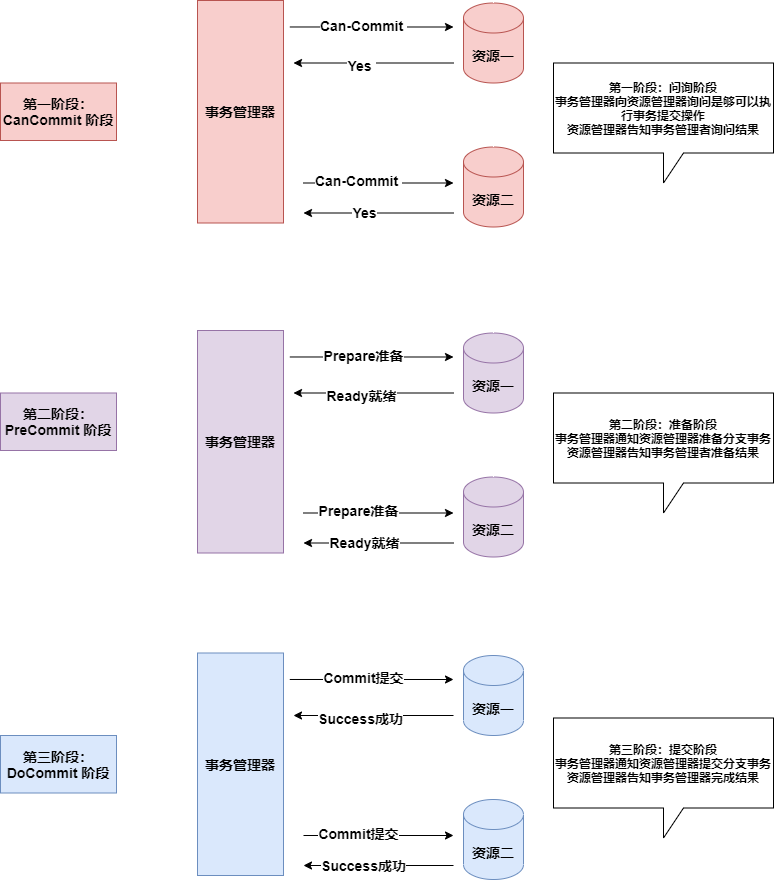
The draw.io diagram 分布式事务-三阶段提交（3PC）.png in fxbin/Image-Of-MySelf, before a commit. Source tidied: cells renumbered, new cells last; positions are measured from the earlier drawing's top-left corner, leaving out a move shared by most shapes. Its diagram source:
```xml
<mxGraphModel>
  <root>
    <mxCell id="0" />
    <mxCell id="1" parent="0" />
    <mxCell id="2" value="&lt;b&gt;&lt;font style=&quot;font-size: 14px&quot;&gt;第二阶段：&lt;br&gt;PreCommit 阶段&lt;br&gt;&lt;/font&gt;&lt;/b&gt;" style="rounded=0;whiteSpace=wrap;html=1;fillColor=#e1d5e7;strokeColor=#9673a6;" parent="1" vertex="1">
      <mxGeometry y="392.5" width="116" height="57.5" as="geometry" />
    </mxCell>
    <mxCell id="3" value="&lt;font style=&quot;font-size: 14px&quot;&gt;&lt;b&gt;第三阶段：&lt;br&gt;DoCommit 阶段&lt;br&gt;&lt;/b&gt;&lt;/font&gt;" style="rounded=0;whiteSpace=wrap;html=1;fillColor=#dae8fc;strokeColor=#6c8ebf;" parent="1" vertex="1">
      <mxGeometry y="735" width="116" height="57.5" as="geometry" />
    </mxCell>
    <mxCell id="4" value="&lt;font style=&quot;font-size: 14px&quot;&gt;&lt;b&gt;资源一&lt;/b&gt;&lt;/font&gt;" style="shape=cylinder3;whiteSpace=wrap;html=1;boundedLbl=1;backgroundOutline=1;size=15;fillColor=#e1d5e7;strokeColor=#9673a6;" parent="1" vertex="1">
      <mxGeometry x="463" y="332.5" width="60" height="80" as="geometry" />
    </mxCell>
    <mxCell id="5" value="&lt;b&gt;&lt;font style=&quot;font-size: 14px&quot;&gt;资源二&lt;/font&gt;&lt;/b&gt;" style="shape=cylinder3;whiteSpace=wrap;html=1;boundedLbl=1;backgroundOutline=1;size=15;fillColor=#e1d5e7;strokeColor=#9673a6;" parent="1" vertex="1">
      <mxGeometry x="463" y="476.5" width="60" height="80" as="geometry" />
    </mxCell>
    <mxCell id="6" value="&lt;font style=&quot;font-size: 14px&quot;&gt;&lt;b&gt;事务管理器&lt;/b&gt;&lt;/font&gt;" style="rounded=0;whiteSpace=wrap;html=1;fillColor=#e1d5e7;strokeColor=#9673a6;" parent="1" vertex="1">
      <mxGeometry x="197" y="330" width="86" height="222.5" as="geometry" />
    </mxCell>
    <mxCell id="7" style="endArrow=classic;html=1;" parent="1" edge="1">
      <mxGeometry relative="1" as="geometry">
        <mxPoint x="453" y="392.5" as="sourcePoint" />
        <mxPoint x="293" y="392.5" as="targetPoint" />
      </mxGeometry>
    </mxCell>
    <mxCell id="8" value="&lt;b&gt;&lt;font style=&quot;font-size: 14px&quot;&gt;Ready就绪&lt;/font&gt;&lt;/b&gt;" style="edgeLabel;html=1;align=center;verticalAlign=middle;" parent="7" vertex="1">
      <mxGeometry x="0.26" y="2" relative="1" as="geometry">
        <mxPoint x="8" as="offset" />
      </mxGeometry>
    </mxCell>
    <mxCell id="9" style="endArrow=classic;html=1;" parent="1" edge="1">
      <mxGeometry relative="1" as="geometry">
        <mxPoint x="303" y="512.5" as="sourcePoint" />
        <mxPoint x="453" y="512.5" as="targetPoint" />
      </mxGeometry>
    </mxCell>
    <mxCell id="10" value="&lt;b&gt;&lt;font style=&quot;font-size: 14px&quot;&gt;Prepare准备&lt;/font&gt;&lt;/b&gt;" style="edgeLabel;html=1;align=center;verticalAlign=middle;" parent="9" vertex="1">
      <mxGeometry x="-0.28" y="3" relative="1" as="geometry" />
    </mxCell>
    <mxCell id="11" style="endArrow=classic;html=1;" parent="1" edge="1">
      <mxGeometry relative="1" as="geometry">
        <mxPoint x="453" y="542.5" as="sourcePoint" />
        <mxPoint x="303" y="542.5" as="targetPoint" />
      </mxGeometry>
    </mxCell>
    <mxCell id="12" value="&lt;b&gt;&lt;font style=&quot;font-size: 14px&quot;&gt;Ready就绪&lt;/font&gt;&lt;/b&gt;" style="edgeLabel;html=1;align=center;verticalAlign=middle;" parent="11" vertex="1">
      <mxGeometry x="0.63" y="-1" relative="1" as="geometry">
        <mxPoint x="32" as="offset" />
      </mxGeometry>
    </mxCell>
    <mxCell id="13" style="endArrow=classic;html=1;exitX=1.073;exitY=0.119;exitDx=0;exitDy=0;exitPerimeter=0;" parent="1" edge="1" source="6">
      <mxGeometry relative="1" as="geometry">
        <mxPoint x="453" y="356.5" as="targetPoint" />
      </mxGeometry>
    </mxCell>
    <mxCell id="14" value="&lt;b&gt;&lt;font style=&quot;font-size: 14px&quot;&gt;Prepare准备&lt;/font&gt;&lt;/b&gt;" style="edgeLabel;html=1;align=center;verticalAlign=middle;" parent="13" vertex="1">
      <mxGeometry x="-0.36" y="2" relative="1" as="geometry">
        <mxPoint x="21.7" as="offset" />
      </mxGeometry>
    </mxCell>
    <mxCell id="15" value="&lt;font style=&quot;font-size: 14px&quot;&gt;&lt;b&gt;资源一&lt;/b&gt;&lt;/font&gt;" style="shape=cylinder3;whiteSpace=wrap;html=1;boundedLbl=1;backgroundOutline=1;size=15;fillColor=#dae8fc;strokeColor=#6c8ebf;" parent="1" vertex="1">
      <mxGeometry x="463" y="655" width="60" height="80" as="geometry" />
    </mxCell>
    <mxCell id="16" value="&lt;b&gt;&lt;font style=&quot;font-size: 14px&quot;&gt;资源二&lt;/font&gt;&lt;/b&gt;" style="shape=cylinder3;whiteSpace=wrap;html=1;boundedLbl=1;backgroundOutline=1;size=15;fillColor=#dae8fc;strokeColor=#6c8ebf;" parent="1" vertex="1">
      <mxGeometry x="463" y="799" width="60" height="80" as="geometry" />
    </mxCell>
    <mxCell id="17" value="&lt;font style=&quot;font-size: 14px&quot;&gt;&lt;b&gt;事务管理器&lt;/b&gt;&lt;/font&gt;" style="rounded=0;whiteSpace=wrap;html=1;fillColor=#dae8fc;strokeColor=#6c8ebf;" parent="1" vertex="1">
      <mxGeometry x="197" y="652.5" width="86" height="222.5" as="geometry" />
    </mxCell>
    <mxCell id="18" style="endArrow=classic;html=1;" parent="1" edge="1">
      <mxGeometry relative="1" as="geometry">
        <mxPoint x="453" y="715" as="sourcePoint" />
        <mxPoint x="293" y="715" as="targetPoint" />
      </mxGeometry>
    </mxCell>
    <mxCell id="19" value="&lt;b&gt;&lt;font style=&quot;font-size: 14px&quot;&gt;Success成功&lt;/font&gt;&lt;/b&gt;" style="edgeLabel;html=1;align=center;verticalAlign=middle;" parent="18" vertex="1">
      <mxGeometry x="0.26" y="2" relative="1" as="geometry">
        <mxPoint x="8" as="offset" />
      </mxGeometry>
    </mxCell>
    <mxCell id="20" style="endArrow=classic;html=1;" parent="1" edge="1">
      <mxGeometry relative="1" as="geometry">
        <mxPoint x="303" y="835" as="sourcePoint" />
        <mxPoint x="453" y="835" as="targetPoint" />
      </mxGeometry>
    </mxCell>
    <mxCell id="21" value="&lt;span style=&quot;font-size: 14px&quot;&gt;&lt;b&gt;Commit提交&lt;/b&gt;&lt;/span&gt;" style="edgeLabel;html=1;align=center;verticalAlign=middle;" parent="20" vertex="1">
      <mxGeometry x="-0.28" y="3" relative="1" as="geometry" />
    </mxCell>
    <mxCell id="22" style="endArrow=classic;html=1;" parent="1" edge="1">
      <mxGeometry relative="1" as="geometry">
        <mxPoint x="453" y="865" as="sourcePoint" />
        <mxPoint x="303" y="865" as="targetPoint" />
      </mxGeometry>
    </mxCell>
    <mxCell id="23" value="&lt;b&gt;&lt;font style=&quot;font-size: 14px&quot;&gt;Success成功&lt;/font&gt;&lt;/b&gt;" style="edgeLabel;html=1;align=center;verticalAlign=middle;" parent="22" vertex="1">
      <mxGeometry x="0.63" y="-1" relative="1" as="geometry">
        <mxPoint x="32" as="offset" />
      </mxGeometry>
    </mxCell>
    <mxCell id="24" style="endArrow=classic;html=1;exitX=1.073;exitY=0.119;exitDx=0;exitDy=0;exitPerimeter=0;" parent="1" edge="1" source="17">
      <mxGeometry relative="1" as="geometry">
        <mxPoint x="453" y="679" as="targetPoint" />
      </mxGeometry>
    </mxCell>
    <mxCell id="25" value="&lt;span style=&quot;font-size: 14px&quot;&gt;&lt;b&gt;Commit提交&lt;/b&gt;&lt;/span&gt;" style="edgeLabel;html=1;align=center;verticalAlign=middle;" parent="24" vertex="1">
      <mxGeometry x="-0.36" y="2" relative="1" as="geometry">
        <mxPoint x="21.7" as="offset" />
      </mxGeometry>
    </mxCell>
    <mxCell id="26" value="&lt;b&gt;&lt;font style=&quot;font-size: 12px&quot;&gt;第二阶段：准备阶段&lt;br&gt;事务管理器通知资源管理器准备分支事务&lt;br&gt;资源管理器告知事务管理者准备结果&lt;/font&gt;&lt;/b&gt;" style="shape=callout;whiteSpace=wrap;html=1;perimeter=calloutPerimeter;" parent="1" vertex="1">
      <mxGeometry x="553" y="392.5" width="220" height="120" as="geometry" />
    </mxCell>
    <mxCell id="27" value="&lt;b&gt;第三阶段：提交阶段&lt;br&gt;事务管理器通知资源管理器提交分支事务&lt;br&gt;资源管理器告知事务管理器完成结果&lt;/b&gt;" style="shape=callout;whiteSpace=wrap;html=1;perimeter=calloutPerimeter;" parent="1" vertex="1">
      <mxGeometry x="553" y="717.5" width="220" height="120" as="geometry" />
    </mxCell>
    <mxCell id="28" value="&lt;b&gt;&lt;font style=&quot;font-size: 14px&quot;&gt;第一阶段：CanCommit 阶段&lt;/font&gt;&lt;/b&gt;" style="rounded=0;whiteSpace=wrap;html=1;fillColor=#f8cecc;strokeColor=#b85450;" parent="1" vertex="1">
      <mxGeometry y="82.5" width="116" height="57.5" as="geometry" />
    </mxCell>
    <mxCell id="29" value="&lt;font style=&quot;font-size: 14px&quot;&gt;&lt;b&gt;资源一&lt;/b&gt;&lt;/font&gt;" style="shape=cylinder3;whiteSpace=wrap;html=1;boundedLbl=1;backgroundOutline=1;size=15;fillColor=#f8cecc;strokeColor=#b85450;" parent="1" vertex="1">
      <mxGeometry x="463" y="2.5" width="60" height="80" as="geometry" />
    </mxCell>
    <mxCell id="30" value="&lt;b&gt;&lt;font style=&quot;font-size: 14px&quot;&gt;资源二&lt;/font&gt;&lt;/b&gt;" style="shape=cylinder3;whiteSpace=wrap;html=1;boundedLbl=1;backgroundOutline=1;size=15;fillColor=#f8cecc;strokeColor=#b85450;" parent="1" vertex="1">
      <mxGeometry x="463" y="146.5" width="60" height="80" as="geometry" />
    </mxCell>
    <mxCell id="31" value="&lt;font style=&quot;font-size: 14px&quot;&gt;&lt;b&gt;事务管理器&lt;/b&gt;&lt;/font&gt;" style="rounded=0;whiteSpace=wrap;html=1;fillColor=#f8cecc;strokeColor=#b85450;" parent="1" vertex="1">
      <mxGeometry x="197" width="86" height="222.5" as="geometry" />
    </mxCell>
    <mxCell id="32" style="endArrow=classic;html=1;" parent="1" edge="1">
      <mxGeometry relative="1" as="geometry">
        <mxPoint x="453" y="62.5" as="sourcePoint" />
        <mxPoint x="293" y="62.5" as="targetPoint" />
      </mxGeometry>
    </mxCell>
    <mxCell id="33" value="&lt;span style=&quot;font-size: 14px&quot;&gt;&lt;b&gt;Yes&amp;nbsp;&lt;/b&gt;&lt;/span&gt;" style="edgeLabel;html=1;align=center;verticalAlign=middle;" parent="32" vertex="1">
      <mxGeometry x="0.26" y="2" relative="1" as="geometry">
        <mxPoint x="8" as="offset" />
      </mxGeometry>
    </mxCell>
    <mxCell id="34" style="endArrow=classic;html=1;" parent="1" edge="1">
      <mxGeometry relative="1" as="geometry">
        <mxPoint x="303" y="182.5" as="sourcePoint" />
        <mxPoint x="453" y="182.5" as="targetPoint" />
      </mxGeometry>
    </mxCell>
    <mxCell id="35" value="&lt;b&gt;&lt;font style=&quot;font-size: 14px&quot;&gt;Can-Commit&amp;nbsp;&lt;br&gt;&lt;/font&gt;&lt;/b&gt;" style="edgeLabel;html=1;align=center;verticalAlign=middle;" parent="34" vertex="1">
      <mxGeometry x="-0.28" y="3" relative="1" as="geometry" />
    </mxCell>
    <mxCell id="36" style="endArrow=classic;html=1;" parent="1" edge="1">
      <mxGeometry relative="1" as="geometry">
        <mxPoint x="453" y="212.5" as="sourcePoint" />
        <mxPoint x="303" y="212.5" as="targetPoint" />
      </mxGeometry>
    </mxCell>
    <mxCell id="37" value="&lt;b&gt;&lt;font style=&quot;font-size: 14px&quot;&gt;Yes&lt;/font&gt;&lt;/b&gt;" style="edgeLabel;html=1;align=center;verticalAlign=middle;" parent="36" vertex="1">
      <mxGeometry x="0.63" y="-1" relative="1" as="geometry">
        <mxPoint x="32" as="offset" />
      </mxGeometry>
    </mxCell>
    <mxCell id="38" style="endArrow=classic;html=1;exitX=1.073;exitY=0.119;exitDx=0;exitDy=0;exitPerimeter=0;" parent="1" edge="1" source="31">
      <mxGeometry relative="1" as="geometry">
        <mxPoint x="453" y="26.5" as="targetPoint" />
      </mxGeometry>
    </mxCell>
    <mxCell id="39" value="&lt;b&gt;&lt;font style=&quot;font-size: 14px&quot;&gt;Can-Commit&amp;nbsp;&lt;/font&gt;&lt;/b&gt;" style="edgeLabel;html=1;align=center;verticalAlign=middle;" parent="38" vertex="1">
      <mxGeometry x="-0.36" y="2" relative="1" as="geometry">
        <mxPoint x="21.7" as="offset" />
      </mxGeometry>
    </mxCell>
    <mxCell id="40" value="&lt;b&gt;&lt;font style=&quot;font-size: 12px&quot;&gt;第一阶段：问询阶段&lt;br&gt;事务管理器向资源管理器询问是够可以执行事务提交操作&lt;br&gt;资源管理器告知事务管理者询问结果&lt;br&gt;&lt;/font&gt;&lt;/b&gt;" style="shape=callout;whiteSpace=wrap;html=1;perimeter=calloutPerimeter;" parent="1" vertex="1">
      <mxGeometry x="553" y="62.5" width="220" height="120" as="geometry" />
    </mxCell>
  </root>
</mxGraphModel>
```
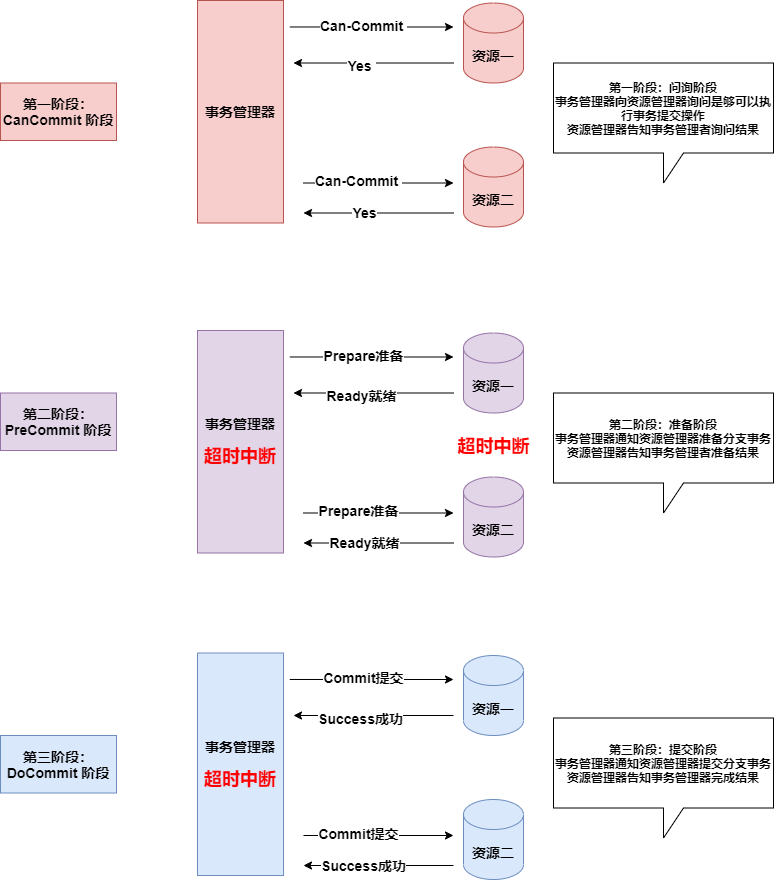
After the change.

Commit message:
Update 分布式事务-三阶段提交（3PC）.png

The edit, as a diff of the source:
```diff
@@ -14,7 +14,7 @@
     <mxCell id="5" value="&lt;b&gt;&lt;font style=&quot;font-size: 14px&quot;&gt;资源二&lt;/font&gt;&lt;/b&gt;" style="shape=cylinder3;whiteSpace=wrap;html=1;boundedLbl=1;backgroundOutline=1;size=15;fillColor=#e1d5e7;strokeColor=#9673a6;" parent="1" vertex="1">
       <mxGeometry x="463" y="476.5" width="60" height="80" as="geometry" />
     </mxCell>
-    <mxCell id="6" value="&lt;font style=&quot;font-size: 14px&quot;&gt;&lt;b&gt;事务管理器&lt;/b&gt;&lt;/font&gt;" style="rounded=0;whiteSpace=wrap;html=1;fillColor=#e1d5e7;strokeColor=#9673a6;" parent="1" vertex="1">
+    <mxCell id="6" value="&lt;font&gt;&lt;b&gt;&lt;span style=&quot;font-size: 14px&quot;&gt;事务管理器&lt;/span&gt;&lt;br&gt;&lt;br&gt;&lt;font style=&quot;font-size: 18px&quot; color=&quot;#ff0000&quot;&gt;超时中断&lt;/font&gt;&lt;br&gt;&lt;/b&gt;&lt;/font&gt;" style="rounded=0;whiteSpace=wrap;html=1;fillColor=#e1d5e7;strokeColor=#9673a6;" parent="1" vertex="1">
       <mxGeometry x="197" y="330" width="86" height="222.5" as="geometry" />
     </mxCell>
     <mxCell id="7" style="endArrow=classic;html=1;" parent="1" edge="1">
@@ -64,7 +64,7 @@
     <mxCell id="16" value="&lt;b&gt;&lt;font style=&quot;font-size: 14px&quot;&gt;资源二&lt;/font&gt;&lt;/b&gt;" style="shape=cylinder3;whiteSpace=wrap;html=1;boundedLbl=1;backgroundOutline=1;size=15;fillColor=#dae8fc;strokeColor=#6c8ebf;" parent="1" vertex="1">
       <mxGeometry x="463" y="799" width="60" height="80" as="geometry" />
     </mxCell>
-    <mxCell id="17" value="&lt;font style=&quot;font-size: 14px&quot;&gt;&lt;b&gt;事务管理器&lt;/b&gt;&lt;/font&gt;" style="rounded=0;whiteSpace=wrap;html=1;fillColor=#dae8fc;strokeColor=#6c8ebf;" parent="1" vertex="1">
+    <mxCell id="17" value="&lt;font&gt;&lt;b&gt;&lt;span style=&quot;font-size: 14px&quot;&gt;事务管理器&lt;/span&gt;&lt;br&gt;&lt;br&gt;&lt;font style=&quot;font-size: 18px&quot; color=&quot;#ff0000&quot;&gt;超时中断&lt;/font&gt;&lt;br&gt;&lt;/b&gt;&lt;/font&gt;" style="rounded=0;whiteSpace=wrap;html=1;fillColor=#dae8fc;strokeColor=#6c8ebf;" parent="1" vertex="1">
       <mxGeometry x="197" y="652.5" width="86" height="222.5" as="geometry" />
     </mxCell>
     <mxCell id="18" style="endArrow=classic;html=1;" parent="1" edge="1">
@@ -170,5 +170,8 @@
     <mxCell id="40" value="&lt;b&gt;&lt;font style=&quot;font-size: 12px&quot;&gt;第一阶段：问询阶段&lt;br&gt;事务管理器向资源管理器询问是够可以执行事务提交操作&lt;br&gt;资源管理器告知事务管理者询问结果&lt;br&gt;&lt;/font&gt;&lt;/b&gt;" style="shape=callout;whiteSpace=wrap;html=1;perimeter=calloutPerimeter;" parent="1" vertex="1">
       <mxGeometry x="553" y="62.5" width="220" height="120" as="geometry" />
     </mxCell>
+    <mxCell id="41" value="&lt;font style=&quot;font-size: 18px&quot; color=&quot;#ff0000&quot;&gt;&lt;b&gt;超时中断&lt;/b&gt;&lt;/font&gt;" style="text;html=1;align=center;verticalAlign=middle;strokeColor=none;" parent="1" vertex="1">
+      <mxGeometry x="448" y="436.2" width="90" height="20" as="geometry" />
+    </mxCell>
   </root>
 </mxGraphModel>
```
